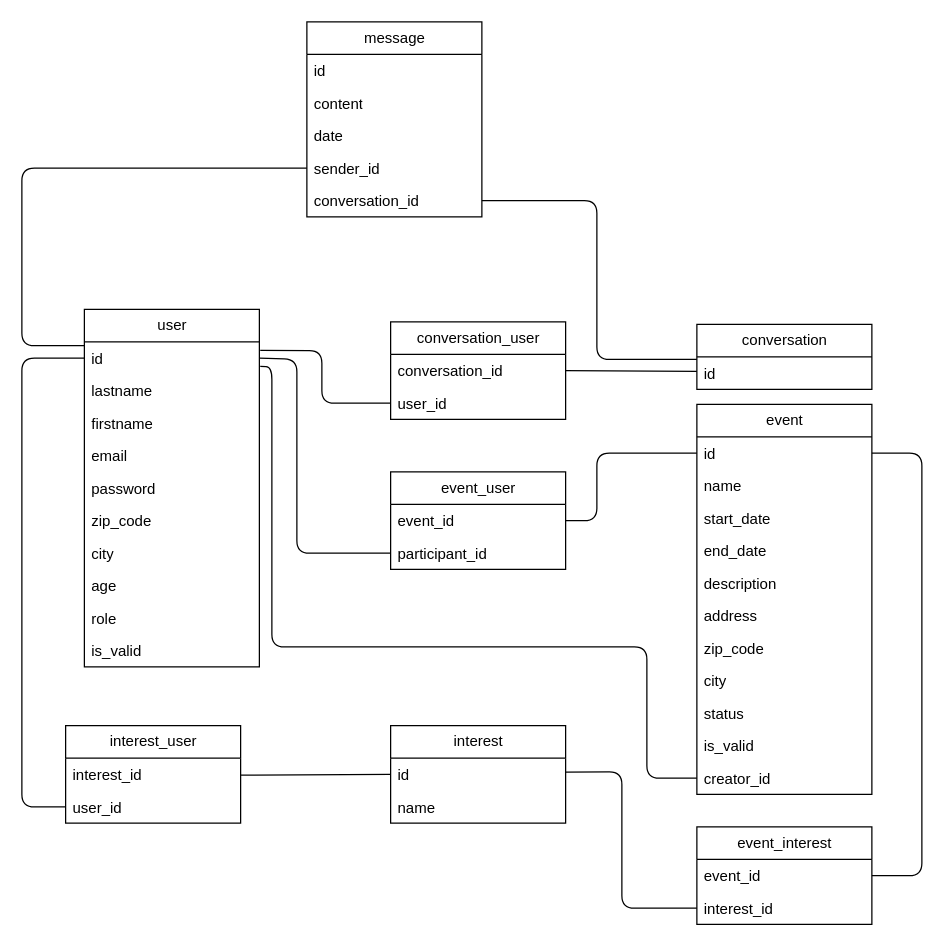
This is conception/database_modelling/MLD/mld.drawio from LunaireFlare/orizon, a draw.io file, before an edit. Source tidied: cells renumbered, new cells numbered last; positions are measured from the earlier drawing's top-left corner, leaving out a move shared by most shapes. Both pictures are drawn from the tidied source at 125%, with x=0, y=0 at pixel (21, 21).
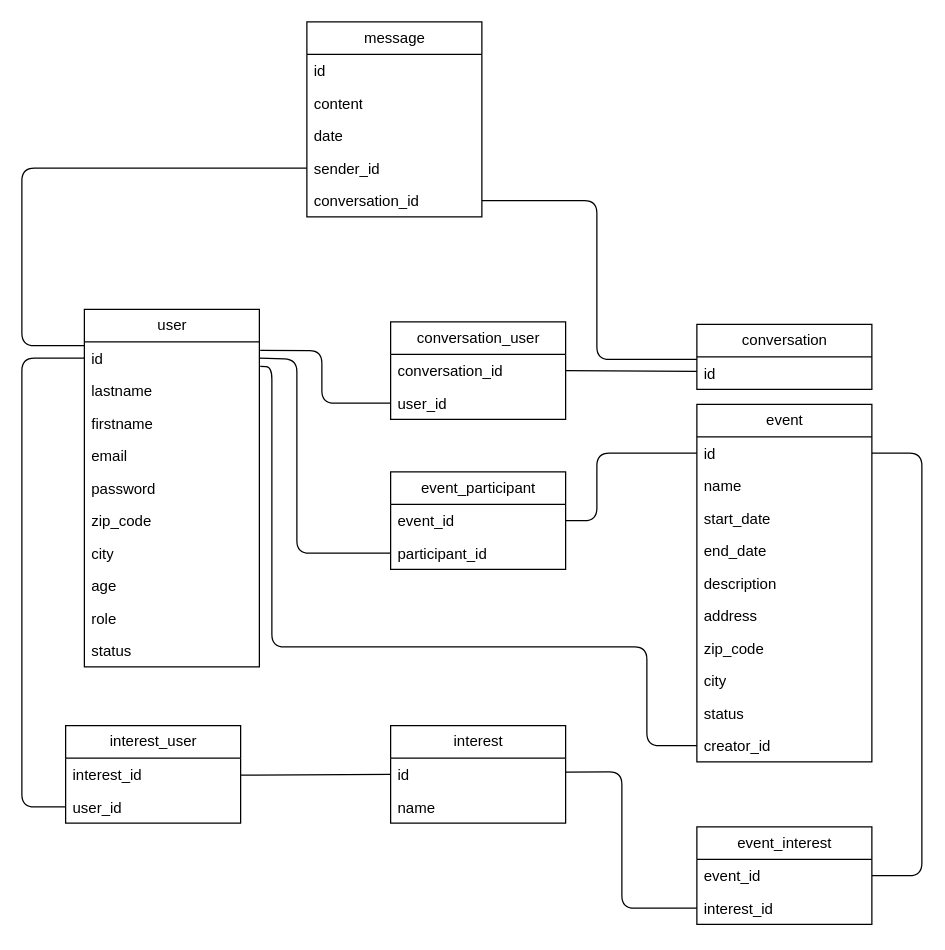
After the change.

The change refers to these unchanged cells:
```xml
<mxCell id="2" value="user" style="swimlane;fontStyle=0;horizontal=1;startSize=26;fillColor=none;html=1;" parent="1" vertex="1">
  <mxGeometry x="50" y="230" width="140" height="286" as="geometry" />
</mxCell>
<mxCell id="3" value="id" style="text;strokeColor=none;fillColor=none;align=left;verticalAlign=top;spacingLeft=4;spacingRight=4;overflow=hidden;points=[[0,0.5],[1,0.5]];portConstraint=eastwest;whiteSpace=wrap;html=1;" parent="2" vertex="1">
  <mxGeometry y="26" width="140" height="26" as="geometry" />
</mxCell>
```

Diff of the diagram source:
```diff
@@
-    <mxCell id="12" value="is_valid" style="text;strokeColor=none;fillColor=none;align=left;verticalAlign=top;spacingLeft=4;spacingRight=4;overflow=hidden;whiteSpace=wrap;html=1;" parent="2" vertex="1">
+    <mxCell id="12" value="status" style="text;strokeColor=none;fillColor=none;align=left;verticalAlign=top;spacingLeft=4;spacingRight=4;overflow=hidden;whiteSpace=wrap;html=1;" parent="2" vertex="1">
       <mxGeometry y="260" width="140" height="26" as="geometry" />
     </mxCell>
@@
     <mxCell id="19" value="event" style="swimlane;fontStyle=0;horizontal=1;startSize=26;fillColor=none;html=1;" parent="1" vertex="1">
-      <mxGeometry x="540" y="306" width="140" height="312" as="geometry" />
+      <mxGeometry x="540" y="306" width="140" height="286" as="geometry" />
     </mxCell>
@@
-    <mxCell id="29" value="is_valid" style="text;strokeColor=none;fillColor=none;align=left;verticalAlign=top;spacingLeft=4;spacingRight=4;overflow=hidden;whiteSpace=wrap;html=1;" parent="19" vertex="1">
-      <mxGeometry y="260" width="140" height="26" as="geometry" />
-    </mxCell>
     <mxCell id="30" value="creator_id" style="text;strokeColor=none;fillColor=none;align=left;verticalAlign=top;spacingLeft=4;spacingRight=4;overflow=hidden;points=[[0,0.5],[1,0.5]];portConstraint=eastwest;whiteSpace=wrap;html=1;" parent="19" vertex="1">
-      <mxGeometry y="286" width="140" height="26" as="geometry" />
+      <mxGeometry y="260" width="140" height="26" as="geometry" />
     </mxCell>
@@
     <mxCell id="41" style="endArrow=none;html=1;entryX=1.005;entryY=0.756;entryDx=0;entryDy=0;entryPerimeter=0;exitX=0;exitY=0.5;exitDx=0;exitDy=0;" parent="1" edge="1" source="30" target="3">
       <mxGeometry relative="1" as="geometry">
         <Array as="points">
-          <mxPoint x="500" y="605" />
+          <mxPoint x="500" y="579" />
           <mxPoint x="500" y="500" />
           <mxPoint x="200" y="500" />
           <mxPoint x="200" y="276" />
         </Array>
       </mxGeometry>
     </mxCell>
@@
-    <mxCell id="47" value="event_user" style="swimlane;fontStyle=0;horizontal=1;startSize=26;fillColor=none;html=1;" parent="1" vertex="1">
+    <mxCell id="47" value="event_participant" style="swimlane;fontStyle=0;horizontal=1;startSize=26;fillColor=none;html=1;" parent="1" vertex="1">
       <mxGeometry x="295" y="360" width="140" height="78" as="geometry" />
     </mxCell>
```
